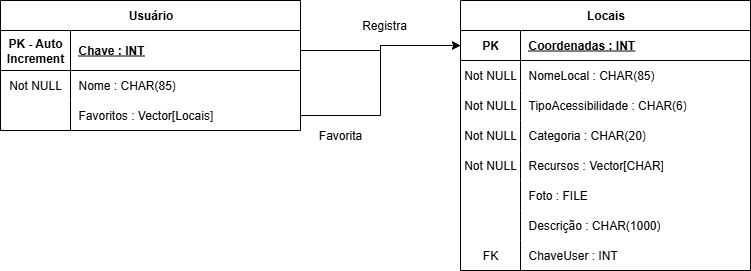
Above: doc/Banco AcessoLivre.png in Erlanoep13/Acesso-Livre (draw.io), before the change. Source tidied: cells renumbered, new cells last; positions are measured from the earlier drawing's top-left corner, leaving out a move shared by most shapes.
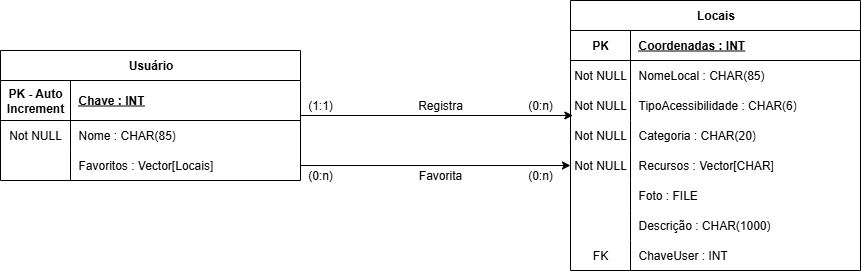
The same file after the commit.

Commit message:
Alterando modelo do banco e fazendo pequenas alterações na página de Adicionar local

Diff of the diagram source:
```diff
@@ -3,7 +3,7 @@
     <mxCell id="0" />
     <mxCell id="1" parent="0" />
     <mxCell id="2" value="Usuário" style="shape=table;startSize=30;rowLines=0;fontStyle=1;align=center;html=1;" parent="1" vertex="1">
-      <mxGeometry width="300" height="130" as="geometry" />
+      <mxGeometry x="-110" y="50" width="300" height="130" as="geometry" />
     </mxCell>
     <mxCell id="3" style="shape=tableRow;horizontal=0;startSize=0;swimlaneHead=0;swimlaneBody=0;fillColor=none;points=[[0,0.5],[1,0.5]];portConstraint=eastwest;top=0;left=0;right=0;bottom=1;" parent="2" vertex="1">
       <mxGeometry y="30" width="300" height="40" as="geometry" />
@@ -107,17 +107,29 @@
     <mxCell id="36" value="ChaveUser : INT" style="shape=partialRectangle;fillColor=none;top=0;left=0;bottom=0;right=0;align=left;spacingLeft=6;overflow=hidden;whiteSpace=wrap;html=1;" parent="34" vertex="1">
       <mxGeometry x="60" width="230" height="30" as="geometry" />
     </mxCell>
-    <mxCell id="37" style="edgeStyle=orthogonalEdgeStyle;rounded=0;jettySize=auto;html=1;entryX=0;entryY=0.5;entryDx=0;entryDy=0;exitX=1;exitY=0.5;exitDx=0;exitDy=0;" parent="1" edge="1" source="3" target="13">
-      <mxGeometry relative="1" as="geometry" />
-    </mxCell>
     <mxCell id="38" value="Registra" style="text;html=1;align=center;verticalAlign=middle;whiteSpace=wrap;rounded=0;" parent="1" vertex="1">
-      <mxGeometry x="354" y="10" width="60" height="30" as="geometry" />
+      <mxGeometry x="300" y="90" width="60" height="30" as="geometry" />
     </mxCell>
-    <mxCell id="39" style="edgeStyle=orthogonalEdgeStyle;rounded=0;jettySize=auto;html=1;entryX=0;entryY=0.5;entryDx=0;entryDy=0;" parent="1" edge="1" source="9" target="13">
+    <mxCell id="39" style="edgeStyle=orthogonalEdgeStyle;rounded=0;jettySize=auto;html=1;entryX=0;entryY=0.5;entryDx=0;entryDy=0;" parent="1" edge="1" source="9" target="25">
       <mxGeometry relative="1" as="geometry" />
     </mxCell>
     <mxCell id="40" value="Favorita" style="text;html=1;align=center;verticalAlign=middle;whiteSpace=wrap;rounded=0;" parent="1" vertex="1">
-      <mxGeometry x="310" y="120" width="60" height="30" as="geometry" />
+      <mxGeometry x="300" y="160" width="60" height="30" as="geometry" />
     </mxCell>
+    <mxCell id="41" style="edgeStyle=orthogonalEdgeStyle;rounded=0;jettySize=auto;html=1;entryX=0.008;entryY=0.833;entryDx=0;entryDy=0;entryPerimeter=0;" parent="1" edge="1" source="2" target="19">
+      <mxGeometry relative="1" as="geometry" />
+    </mxCell>
+    <mxCell id="42" value="(0:n)" style="text;html=1;align=center;verticalAlign=middle;whiteSpace=wrap;rounded=0;" parent="1" vertex="1">
+      <mxGeometry x="400" y="90" width="60" height="30" as="geometry" />
+    </mxCell>
+    <mxCell id="43" value="(1:1)" style="text;html=1;align=center;verticalAlign=middle;whiteSpace=wrap;rounded=0;" parent="1" vertex="1">
+      <mxGeometry x="180" y="90" width="60" height="30" as="geometry" />
+    </mxCell>
+    <mxCell id="44" value="(0:n)" style="text;html=1;align=center;verticalAlign=middle;whiteSpace=wrap;rounded=0;" parent="1" vertex="1">
+      <mxGeometry x="400" y="160" width="60" height="30" as="geometry" />
+    </mxCell>
+    <mxCell id="45" value="(0:n)" style="text;html=1;align=center;verticalAlign=middle;whiteSpace=wrap;rounded=0;" parent="1" vertex="1">
+      <mxGeometry x="180" y="160" width="60" height="30" as="geometry" />
+    </mxCell>
   </root>
 </mxGraphModel>
```
